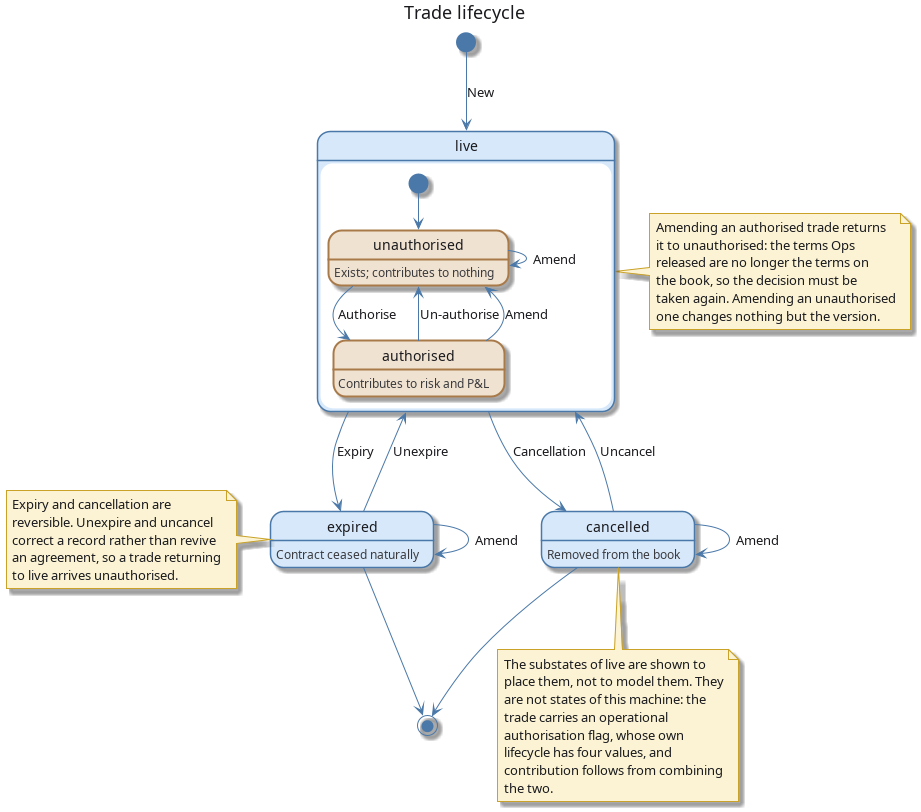
The PlantUML diagram doc/knowledge/domain/trade_status_lifecycle.png in OreStudio/OreStudio, before a commit. Its source is kept beside it as doc/knowledge/domain/trade_status_lifecycle.puml.
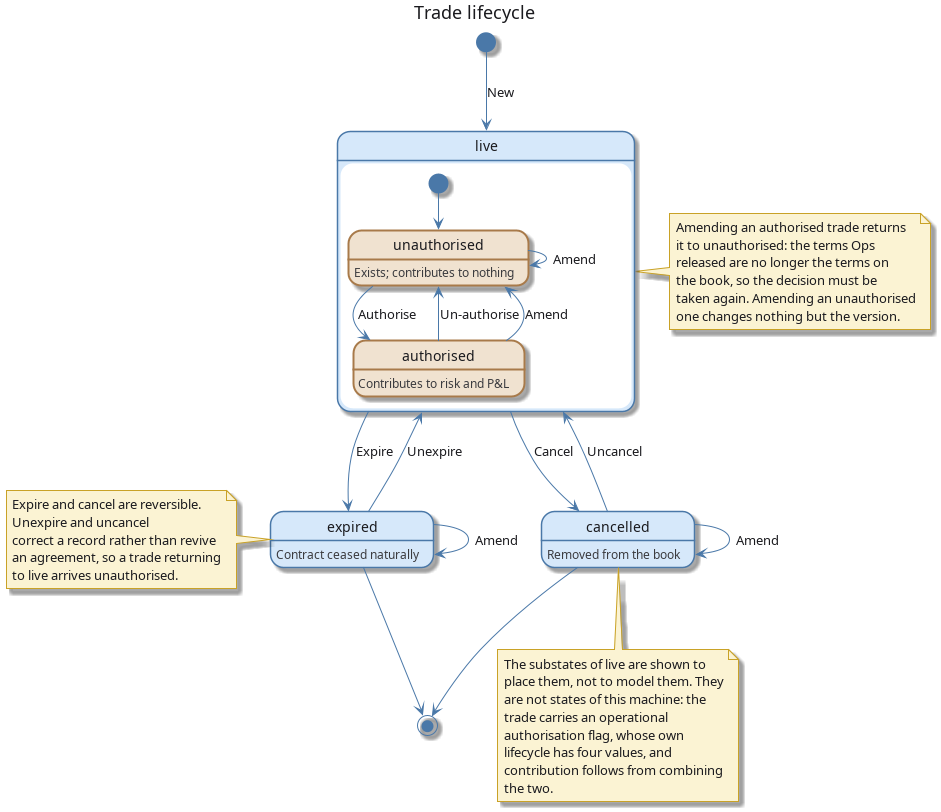
The same diagram one commit later.

Commit message:
[doc] Rename the expiry and cancellation events

Expiry becomes Expire and Cancellation becomes Cancel, so every event
on the diagram is a verb: New, Expire, Cancel, Unexpire, Uncancel,
Amend, Authorise, Un-authorise.

The activity category named Cancellation in trade activity is left
alone. It names a class of activity rather than a transition, and the
activity within it is already called Cancel.

Diff of the diagram source:
```diff
@@ -42,8 +42,8 @@
 Cancelled : Removed from the book
 
 [*] --> Live : New
-Live --> Expired : Expiry
-Live --> Cancelled : Cancellation
+Live --> Expired : Expire
+Live --> Cancelled : Cancel
 Expired --> Live : Unexpire
 Cancelled --> Live : Uncancel
 Expired --> Expired : Amend
@@ -72,8 +72,8 @@
 end note
 
 note left of Expired
-  Expiry and cancellation are
-  reversible. Unexpire and uncancel
+  Expire and cancel are reversible.
+  Unexpire and uncancel
   correct a record rather than revive
   an agreement, so a trade returning
   to live arrives unauthorised.
```
